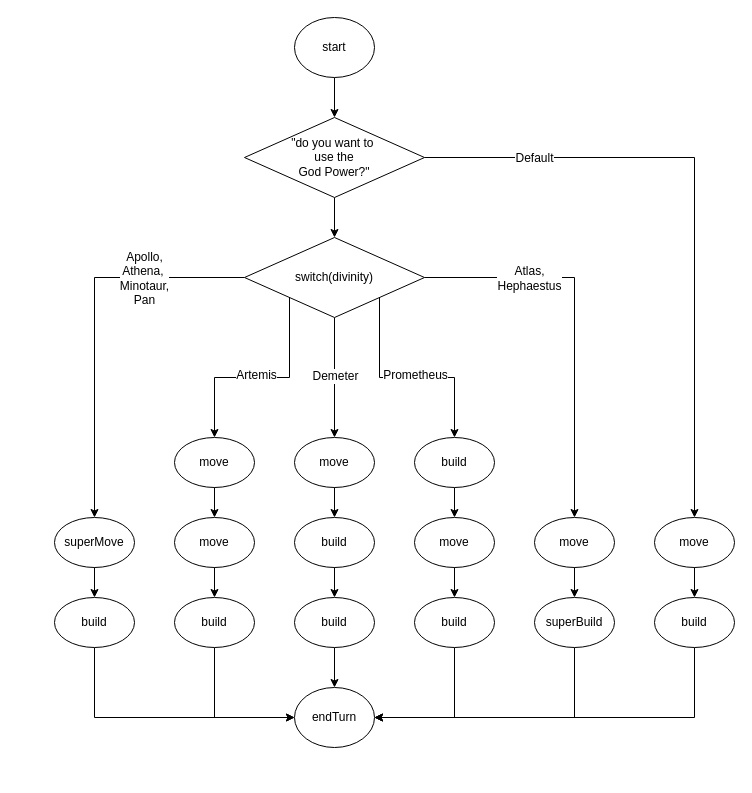
Before: various/FSM_Controller.drawio in riccardopaltrinieri/Santorini-desktop-game, a draw.io diagram. Source tidied: cells renumbered, new cells numbered last; positions are measured from the earlier drawing's top-left corner, leaving out a move shared by most shapes. Both pictures are drawn from the tidied source at 100%, with x=0, y=0 at pixel (54, 17).
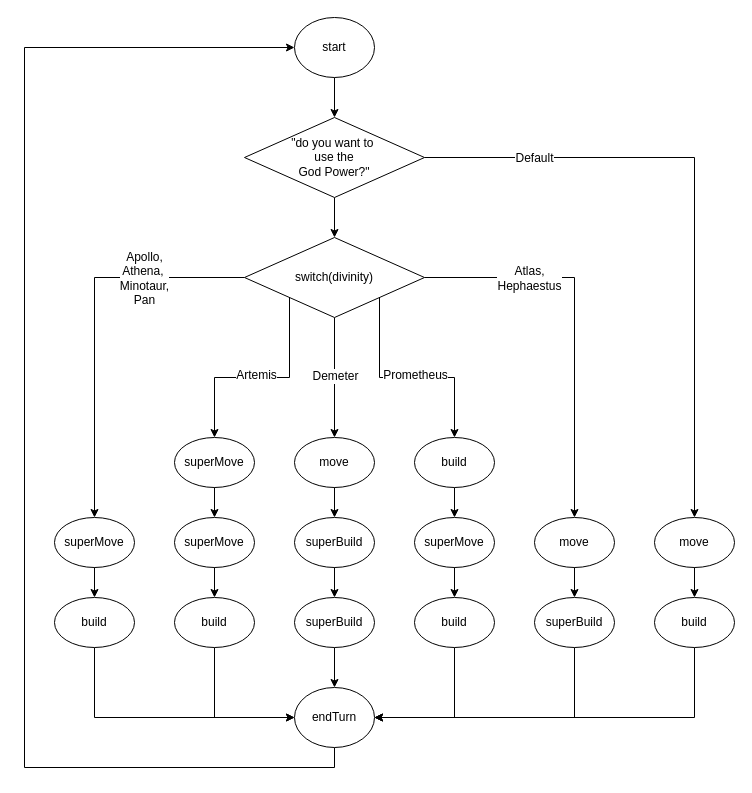
After the change.

Unchanged cells that the change refers to:
```xml
<mxCell id="4" value="endTurn" style="ellipse;whiteSpace=wrap;html=1;" parent="1" vertex="1">
  <mxGeometry x="240" y="670" width="80" height="60" as="geometry" />
</mxCell>
<mxCell id="49" value="start" style="ellipse;whiteSpace=wrap;html=1;" parent="1" vertex="1">
  <mxGeometry x="240" width="80" height="60" as="geometry" />
</mxCell>
```

What changed in the source:
```diff
@@
+    <mxCell id="50" style="edgeStyle=orthogonalEdgeStyle;rounded=0;jettySize=auto;html=1;exitX=0.5;exitY=1;exitDx=0;exitDy=0;entryX=0;entryY=0.5;entryDx=0;entryDy=0;" parent="1" edge="1" source="4" target="49">
+      <mxGeometry relative="1" as="geometry">
+        <Array as="points">
+          <mxPoint x="280" y="750" />
+          <mxPoint x="-30" y="750" />
+          <mxPoint x="-30" y="30" />
+        </Array>
+      </mxGeometry>
+    </mxCell>
@@
-    <mxCell id="30" value="move" style="ellipse;whiteSpace=wrap;html=1;" parent="1" vertex="1">
+    <mxCell id="30" value="superMove" style="ellipse;whiteSpace=wrap;html=1;" parent="1" vertex="1">
       <mxGeometry x="120" y="420" width="80" height="50" as="geometry" />
     </mxCell>
@@
-    <mxCell id="32" value="build" style="ellipse;whiteSpace=wrap;html=1;" parent="1" vertex="1">
+    <mxCell id="32" value="superBuild" style="ellipse;whiteSpace=wrap;html=1;" parent="1" vertex="1">
       <mxGeometry x="240" y="500" width="80" height="50" as="geometry" />
     </mxCell>
@@
-    <mxCell id="34" value="move" style="ellipse;whiteSpace=wrap;html=1;" parent="1" vertex="1">
+    <mxCell id="34" value="superMove" style="ellipse;whiteSpace=wrap;html=1;" parent="1" vertex="1">
       <mxGeometry x="360" y="500" width="80" height="50" as="geometry" />
     </mxCell>
@@
-    <mxCell id="37" value="move" style="ellipse;whiteSpace=wrap;html=1;" parent="1" vertex="1">
+    <mxCell id="37" value="superMove" style="ellipse;whiteSpace=wrap;html=1;" parent="1" vertex="1">
       <mxGeometry x="120" y="500" width="80" height="50" as="geometry" />
     </mxCell>
@@
-    <mxCell id="39" value="build" style="ellipse;whiteSpace=wrap;html=1;" parent="1" vertex="1">
+    <mxCell id="39" value="superBuild" style="ellipse;whiteSpace=wrap;html=1;" parent="1" vertex="1">
       <mxGeometry x="240" y="580" width="80" height="50" as="geometry" />
     </mxCell>
```
